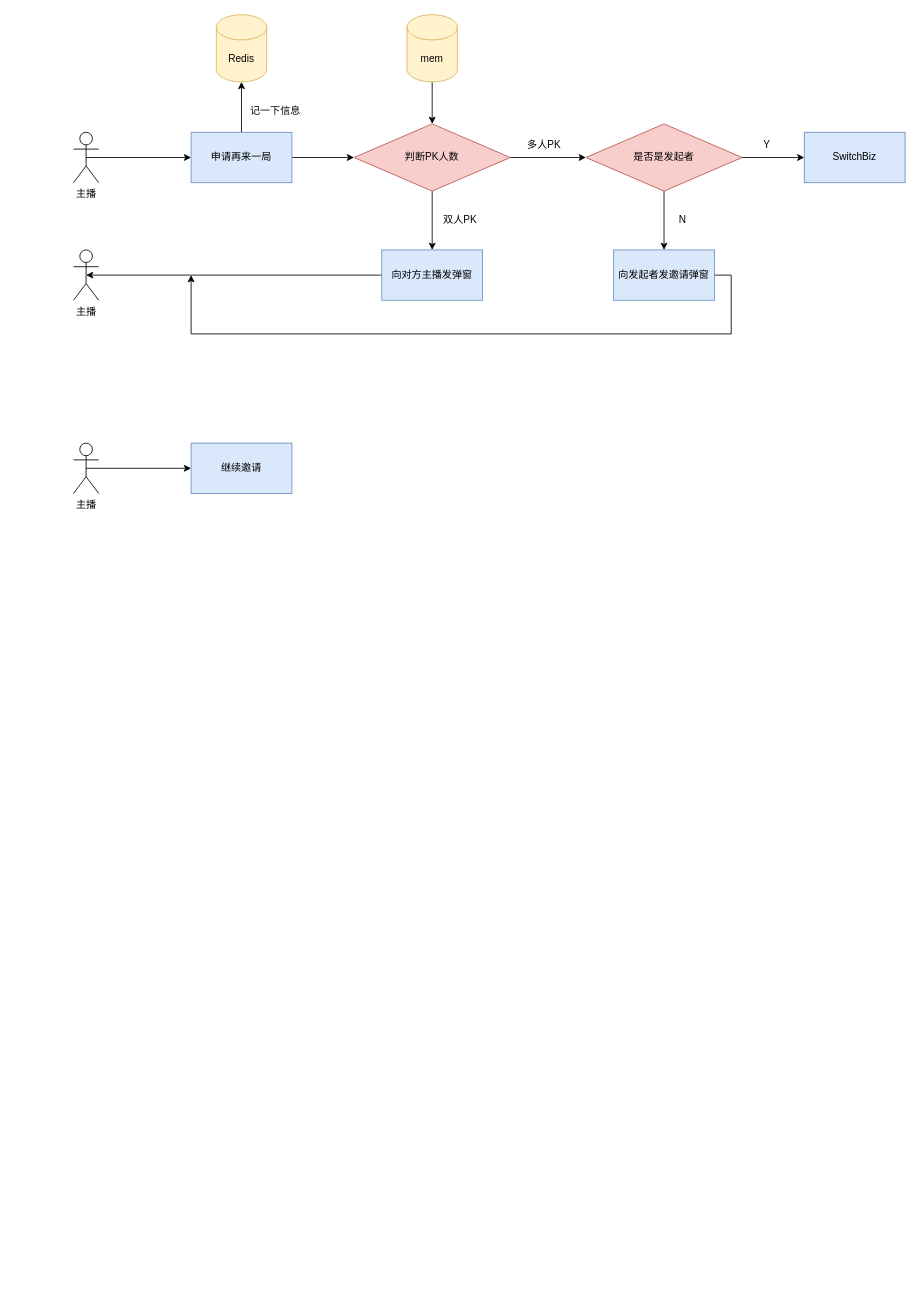
Earlier version of the draw.io diagram PK融合二期.drawio (fengyn1218/draw-pic). Source tidied: cells renumbered, new cells numbered last; positions are measured from the earlier drawing's top-left corner, leaving out a move shared by most shapes. Both pictures are drawn from the tidied source at 84%, with x=0, y=0 at pixel (73, 14).
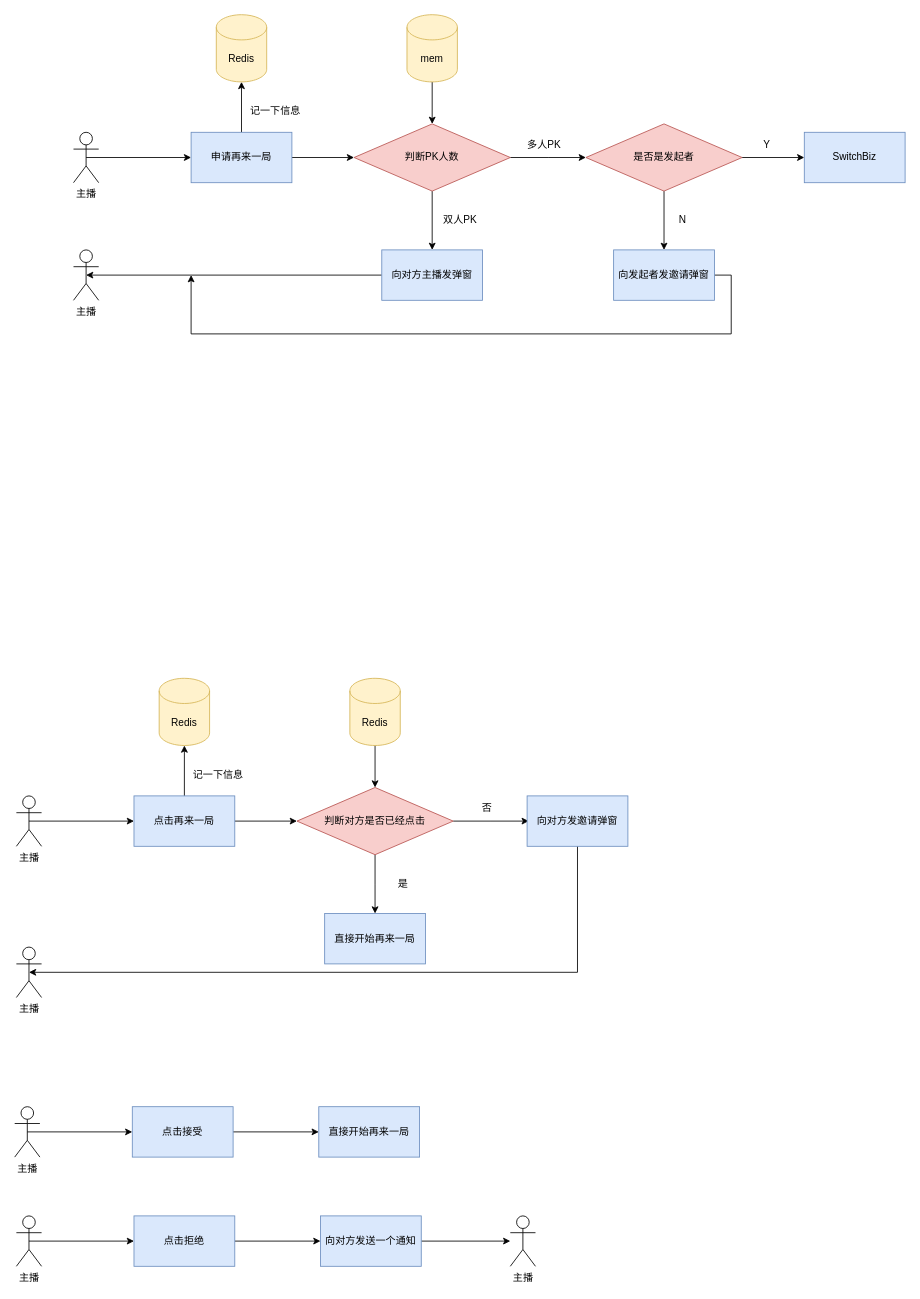
The same page after the edit.

Commit message:
更新PK融合二期.drawio

Diff of the diagram source:
```diff
@@
     <mxCell id="28" value="主播" style="shape=umlActor;verticalLabelPosition=bottom;verticalAlign=top;html=1;outlineConnect=0;" parent="1" vertex="1">
-      <mxGeometry y="510" width="30" height="60" as="geometry" />
+      <mxGeometry x="-70" y="1300" width="30" height="60" as="geometry" />
     </mxCell>
+    <mxCell id="30" style="edgeStyle=orthogonalEdgeStyle;rounded=0;jettySize=auto;html=1;exitX=1;exitY=0.5;exitDx=0;exitDy=0;entryX=0;entryY=0.5;entryDx=0;entryDy=0;" parent="1" edge="1" source="29" target="49">
+      <mxGeometry relative="1" as="geometry" />
+    </mxCell>
-    <mxCell id="29" value="继续邀请" style="rounded=0;whiteSpace=wrap;html=1;fillColor=#dae8fc;strokeColor=#6c8ebf;" parent="1" vertex="1">
-      <mxGeometry x="140" y="510" width="120" height="60" as="geometry" />
+    <mxCell id="29" value="点击接受" style="rounded=0;whiteSpace=wrap;html=1;fillColor=#dae8fc;strokeColor=#6c8ebf;" parent="1" vertex="1">
+      <mxGeometry x="70" y="1300" width="120" height="60" as="geometry" />
     </mxCell>
+    <mxCell id="31" style="edgeStyle=orthogonalEdgeStyle;rounded=0;jettySize=auto;html=1;exitX=0.5;exitY=0.5;exitDx=0;exitDy=0;exitPerimeter=0;entryX=0;entryY=0.5;entryDx=0;entryDy=0;" parent="1" edge="1" source="32" target="35">
+      <mxGeometry relative="1" as="geometry" />
+    </mxCell>
+    <mxCell id="32" value="主播" style="shape=umlActor;verticalLabelPosition=bottom;verticalAlign=top;html=1;outlineConnect=0;" parent="1" vertex="1">
+      <mxGeometry x="-68" y="930" width="30" height="60" as="geometry" />
+    </mxCell>
+    <mxCell id="33" style="edgeStyle=orthogonalEdgeStyle;rounded=0;jettySize=auto;html=1;exitX=1;exitY=0.5;exitDx=0;exitDy=0;entryX=0;entryY=0.5;entryDx=0;entryDy=0;" parent="1" edge="1" source="35" target="38">
+      <mxGeometry relative="1" as="geometry" />
+    </mxCell>
+    <mxCell id="34" style="edgeStyle=orthogonalEdgeStyle;rounded=0;jettySize=auto;html=1;exitX=0.5;exitY=0;exitDx=0;exitDy=0;entryX=0.5;entryY=1;entryDx=0;entryDy=0;entryPerimeter=0;" parent="1" edge="1" source="35" target="44">
+      <mxGeometry relative="1" as="geometry" />
+    </mxCell>
+    <mxCell id="35" value="点击再来一局" style="rounded=0;whiteSpace=wrap;html=1;fillColor=#dae8fc;strokeColor=#6c8ebf;" parent="1" vertex="1">
+      <mxGeometry x="72" y="930" width="120" height="60" as="geometry" />
+    </mxCell>
+    <mxCell id="36" style="edgeStyle=orthogonalEdgeStyle;rounded=0;jettySize=auto;html=1;exitX=1;exitY=0.5;exitDx=0;exitDy=0;entryX=0;entryY=0.5;entryDx=0;entryDy=0;" parent="1" edge="1" source="38">
+      <mxGeometry relative="1" as="geometry">
+        <mxPoint x="542" y="960" as="targetPoint" />
+      </mxGeometry>
+    </mxCell>
+    <mxCell id="37" style="edgeStyle=orthogonalEdgeStyle;rounded=0;jettySize=auto;html=1;exitX=0.5;exitY=1;exitDx=0;exitDy=0;entryX=0.5;entryY=0;entryDx=0;entryDy=0;" parent="1" edge="1" source="38">
+      <mxGeometry relative="1" as="geometry">
+        <mxPoint x="359" y="1070" as="targetPoint" />
+      </mxGeometry>
+    </mxCell>
+    <mxCell id="38" value="判断对方是否已经点击" style="rhombus;whiteSpace=wrap;html=1;fillColor=#f8cecc;strokeColor=#b85450;" parent="1" vertex="1">
+      <mxGeometry x="266" y="920" width="186" height="80" as="geometry" />
+    </mxCell>
+    <mxCell id="39" style="edgeStyle=orthogonalEdgeStyle;rounded=0;jettySize=auto;html=1;exitX=0.5;exitY=1;exitDx=0;exitDy=0;exitPerimeter=0;entryX=0.5;entryY=0;entryDx=0;entryDy=0;" parent="1" edge="1" source="40" target="38">
+      <mxGeometry relative="1" as="geometry" />
+    </mxCell>
+    <mxCell id="40" value="Redis" style="shape=cylinder3;whiteSpace=wrap;html=1;boundedLbl=1;backgroundOutline=1;size=15;fillColor=#fff2cc;strokeColor=#d6b656;" parent="1" vertex="1">
+      <mxGeometry x="329" y="790" width="60" height="80" as="geometry" />
+    </mxCell>
+    <mxCell id="41" value="否" style="text;html=1;align=center;verticalAlign=middle;strokeColor=none;fillColor=none;" parent="1" vertex="1">
+      <mxGeometry x="472" y="930" width="40" height="30" as="geometry" />
+    </mxCell>
+    <mxCell id="42" style="edgeStyle=orthogonalEdgeStyle;rounded=0;jettySize=auto;html=1;exitX=0.5;exitY=1;exitDx=0;exitDy=0;entryX=0.5;entryY=0.5;entryDx=0;entryDy=0;entryPerimeter=0;" parent="1" edge="1" source="43" target="47">
+      <mxGeometry relative="1" as="geometry">
+        <Array as="points">
+          <mxPoint x="600" y="1140" />
+          <mxPoint x="-53" y="1140" />
+        </Array>
+      </mxGeometry>
+    </mxCell>
+    <mxCell id="43" value="向对方发邀请弹窗" style="rounded=0;whiteSpace=wrap;html=1;fillColor=#dae8fc;strokeColor=#6c8ebf;" parent="1" vertex="1">
+      <mxGeometry x="540" y="930" width="120" height="60" as="geometry" />
+    </mxCell>
+    <mxCell id="44" value="Redis" style="shape=cylinder3;whiteSpace=wrap;html=1;boundedLbl=1;backgroundOutline=1;size=15;fillColor=#fff2cc;strokeColor=#d6b656;" parent="1" vertex="1">
+      <mxGeometry x="102" y="790" width="60" height="80" as="geometry" />
+    </mxCell>
+    <mxCell id="45" value="记一下信息" style="text;html=1;align=center;verticalAlign=middle;strokeColor=none;fillColor=none;" parent="1" vertex="1">
+      <mxGeometry x="132" y="890" width="80" height="30" as="geometry" />
+    </mxCell>
+    <mxCell id="46" value="是" style="text;html=1;align=center;verticalAlign=middle;strokeColor=none;fillColor=none;" parent="1" vertex="1">
+      <mxGeometry x="372" y="1020" width="40" height="30" as="geometry" />
+    </mxCell>
+    <mxCell id="47" value="主播" style="shape=umlActor;verticalLabelPosition=bottom;verticalAlign=top;html=1;outlineConnect=0;" parent="1" vertex="1">
+      <mxGeometry x="-68" y="1110" width="30" height="60" as="geometry" />
+    </mxCell>
+    <mxCell id="48" value="直接开始再来一局" style="rounded=0;whiteSpace=wrap;html=1;fillColor=#dae8fc;strokeColor=#6c8ebf;" parent="1" vertex="1">
+      <mxGeometry x="299" y="1070" width="120" height="60" as="geometry" />
+    </mxCell>
+    <mxCell id="49" value="直接开始再来一局" style="rounded=0;whiteSpace=wrap;html=1;fillColor=#dae8fc;strokeColor=#6c8ebf;" parent="1" vertex="1">
+      <mxGeometry x="292" y="1300" width="120" height="60" as="geometry" />
+    </mxCell>
+    <mxCell id="50" style="edgeStyle=orthogonalEdgeStyle;rounded=0;jettySize=auto;html=1;exitX=0.5;exitY=0.5;exitDx=0;exitDy=0;exitPerimeter=0;entryX=0;entryY=0.5;entryDx=0;entryDy=0;" parent="1" edge="1" source="51" target="53">
+      <mxGeometry relative="1" as="geometry" />
+    </mxCell>
+    <mxCell id="51" value="主播" style="shape=umlActor;verticalLabelPosition=bottom;verticalAlign=top;html=1;outlineConnect=0;" parent="1" vertex="1">
+      <mxGeometry x="-68" y="1430" width="30" height="60" as="geometry" />
+    </mxCell>
+    <mxCell id="52" style="edgeStyle=orthogonalEdgeStyle;rounded=0;jettySize=auto;html=1;exitX=1;exitY=0.5;exitDx=0;exitDy=0;entryX=0;entryY=0.5;entryDx=0;entryDy=0;" parent="1" edge="1" source="53" target="55">
+      <mxGeometry relative="1" as="geometry" />
+    </mxCell>
+    <mxCell id="53" value="点击拒绝" style="rounded=0;whiteSpace=wrap;html=1;fillColor=#dae8fc;strokeColor=#6c8ebf;" parent="1" vertex="1">
+      <mxGeometry x="72" y="1430" width="120" height="60" as="geometry" />
+    </mxCell>
+    <mxCell id="54" style="edgeStyle=orthogonalEdgeStyle;rounded=0;jettySize=auto;html=1;" parent="1" edge="1" source="55" target="56">
+      <mxGeometry relative="1" as="geometry" />
+    </mxCell>
+    <mxCell id="55" value="向对方发送一个通知" style="rounded=0;whiteSpace=wrap;html=1;fillColor=#dae8fc;strokeColor=#6c8ebf;" parent="1" vertex="1">
+      <mxGeometry x="294" y="1430" width="120" height="60" as="geometry" />
+    </mxCell>
+    <mxCell id="56" value="主播" style="shape=umlActor;verticalLabelPosition=bottom;verticalAlign=top;html=1;outlineConnect=0;" parent="1" vertex="1">
+      <mxGeometry x="520" y="1430" width="30" height="60" as="geometry" />
+    </mxCell>
```
